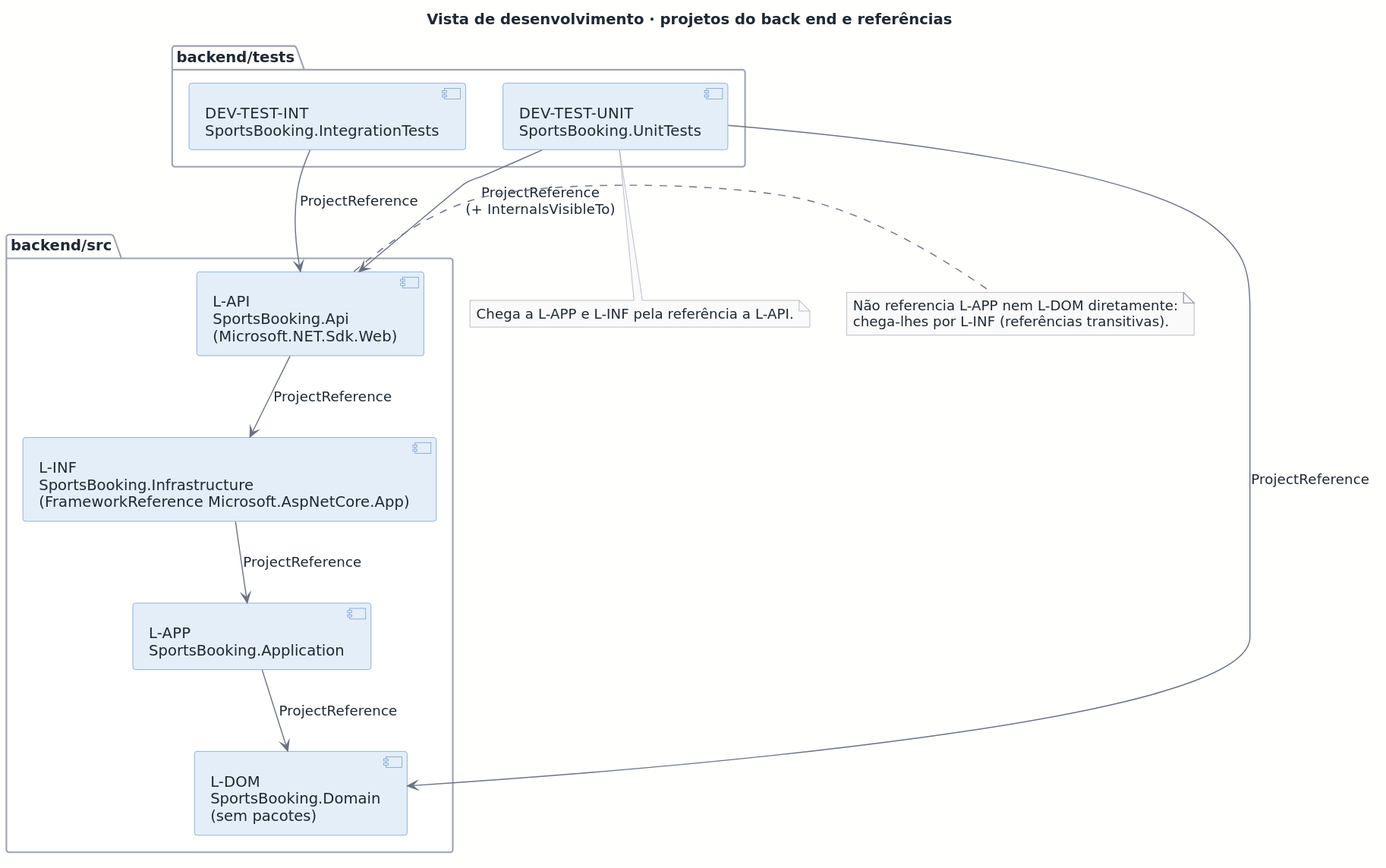
rodrigo4sousa/SportsEstablishments keeps this PlantUML diagram as docs/architecture/out/development-backend.svg. Above is the earlier version.
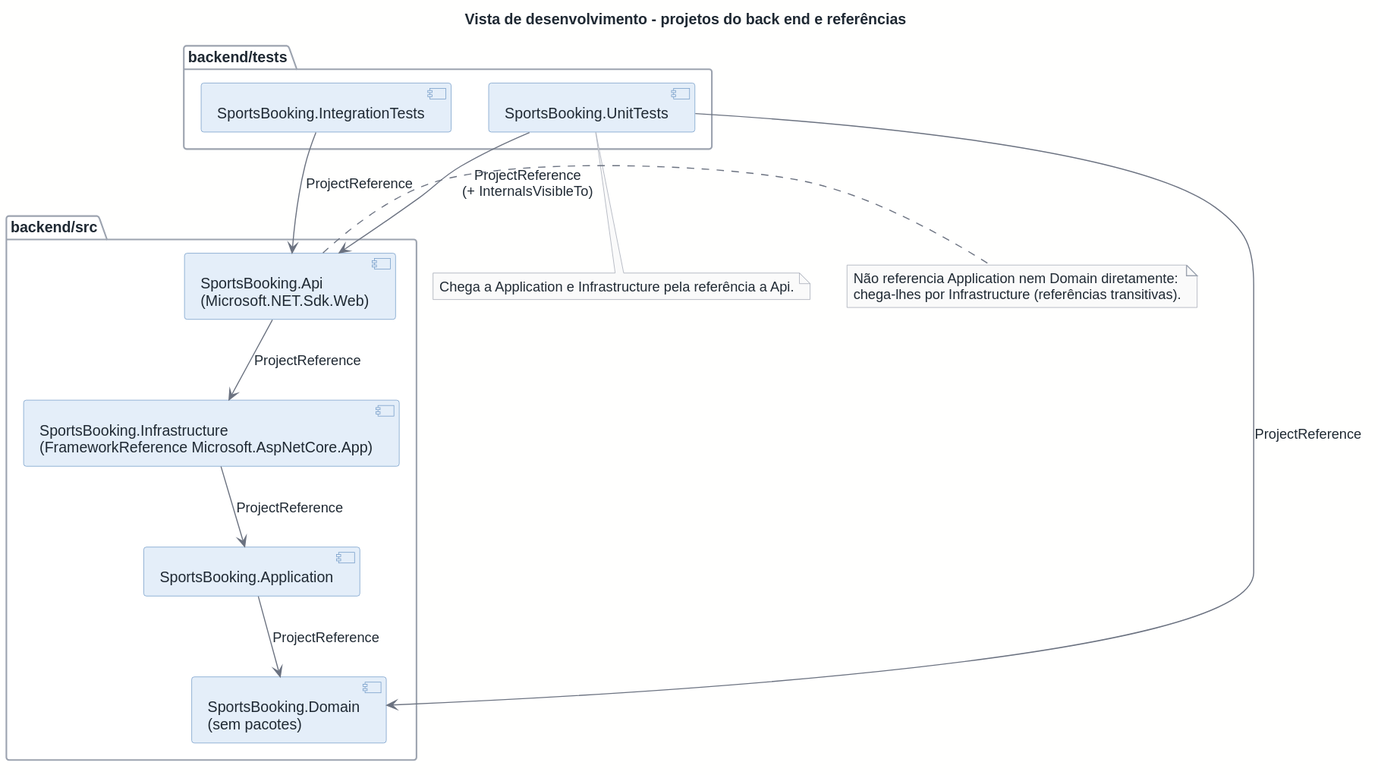
The same file after the commit.

What changed in the source:
```diff
@@ -1,17 +1,17 @@
 @startuml
 !include ../style.puml
-title Vista de desenvolvimento · projetos do back end e referências
+title Vista de desenvolvimento - projetos do back end e referências
 
 package "backend/src" {
-  component "L-API\nSportsBooking.Api\n(Microsoft.NET.Sdk.Web)" as L_API
-  component "L-INF\nSportsBooking.Infrastructure\n(FrameworkReference Microsoft.AspNetCore.App)" as L_INF
-  component "L-APP\nSportsBooking.Application" as L_APP
-  component "L-DOM\nSportsBooking.Domain\n(sem pacotes)" as L_DOM
+  component "SportsBooking.Api\n(Microsoft.NET.Sdk.Web)" as L_API
+  component "SportsBooking.Infrastructure\n(FrameworkReference Microsoft.AspNetCore.App)" as L_INF
+  component "SportsBooking.Application" as L_APP
+  component "SportsBooking.Domain\n(sem pacotes)" as L_DOM
 }
 
 package "backend/tests" {
-  component "DEV-TEST-UNIT\nSportsBooking.UnitTests" as DEV_TEST_UNIT
-  component "DEV-TEST-INT\nSportsBooking.IntegrationTests" as DEV_TEST_INT
+  component "SportsBooking.UnitTests" as DEV_TEST_UNIT
+  component "SportsBooking.IntegrationTests" as DEV_TEST_INT
 }
 
 L_API --> L_INF : ProjectReference
@@ -23,11 +23,11 @@
 DEV_TEST_INT --> L_API : ProjectReference
 
 note right of L_API
-  Não referencia L-APP nem L-DOM diretamente:
-  chega-lhes por L-INF (referências transitivas).
+  Não referencia Application nem Domain diretamente:
+  chega-lhes por Infrastructure (referências transitivas).
 end note
 
 note bottom of DEV_TEST_UNIT
-  Chega a L-APP e L-INF pela referência a L-API.
+  Chega a Application e Infrastructure pela referência a Api.
 end note
 @enduml
```
